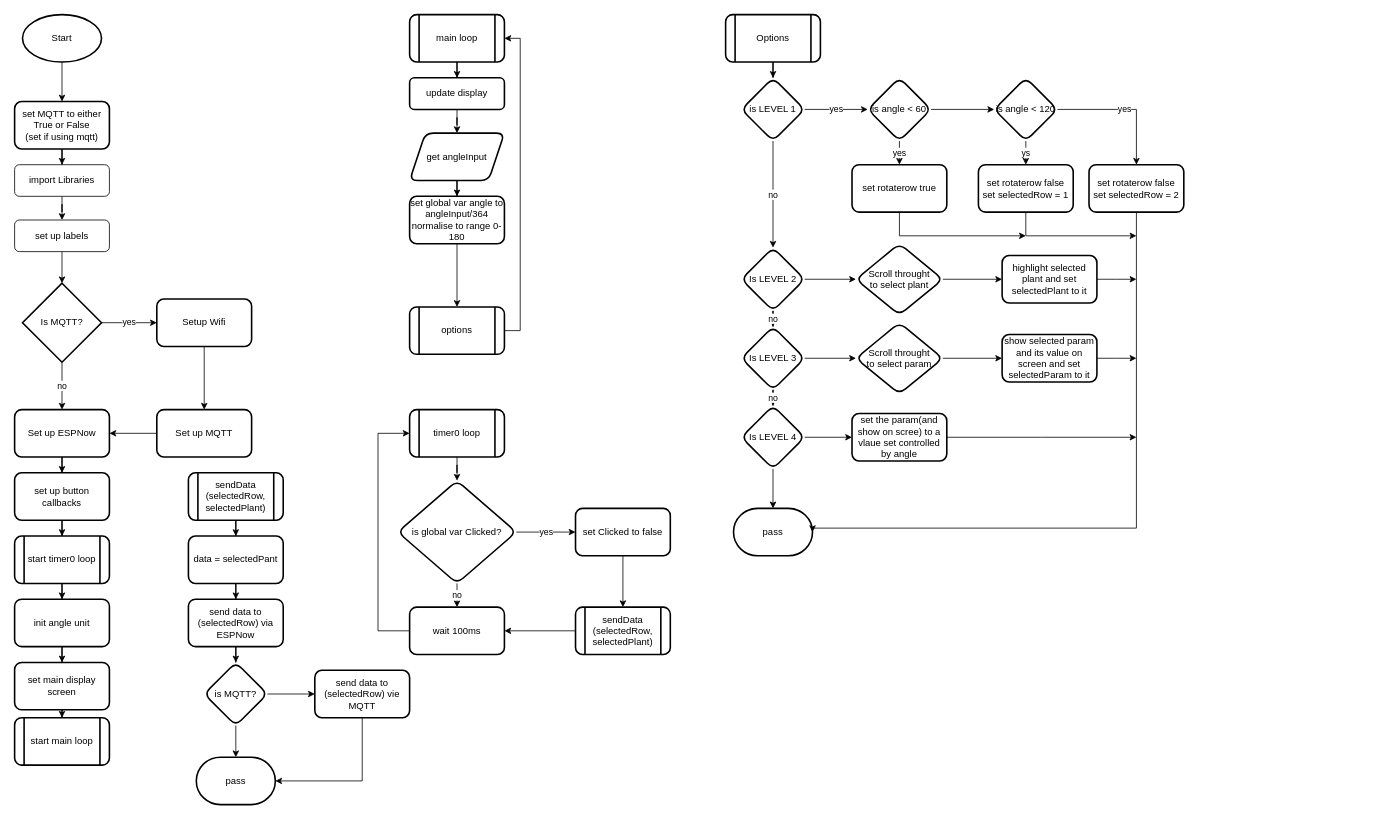
Above: flowcharts/MasterFlowChart.drawio in thisisnich/programmingProject1 (draw.io), before the change. Source tidied: cells renumbered, new cells numbered last; positions are measured from the earlier drawing's top-left corner, leaving out a move shared by most shapes. Both pictures are drawn from the tidied source at 79%, with x=0, y=0 at pixel (14, 14).
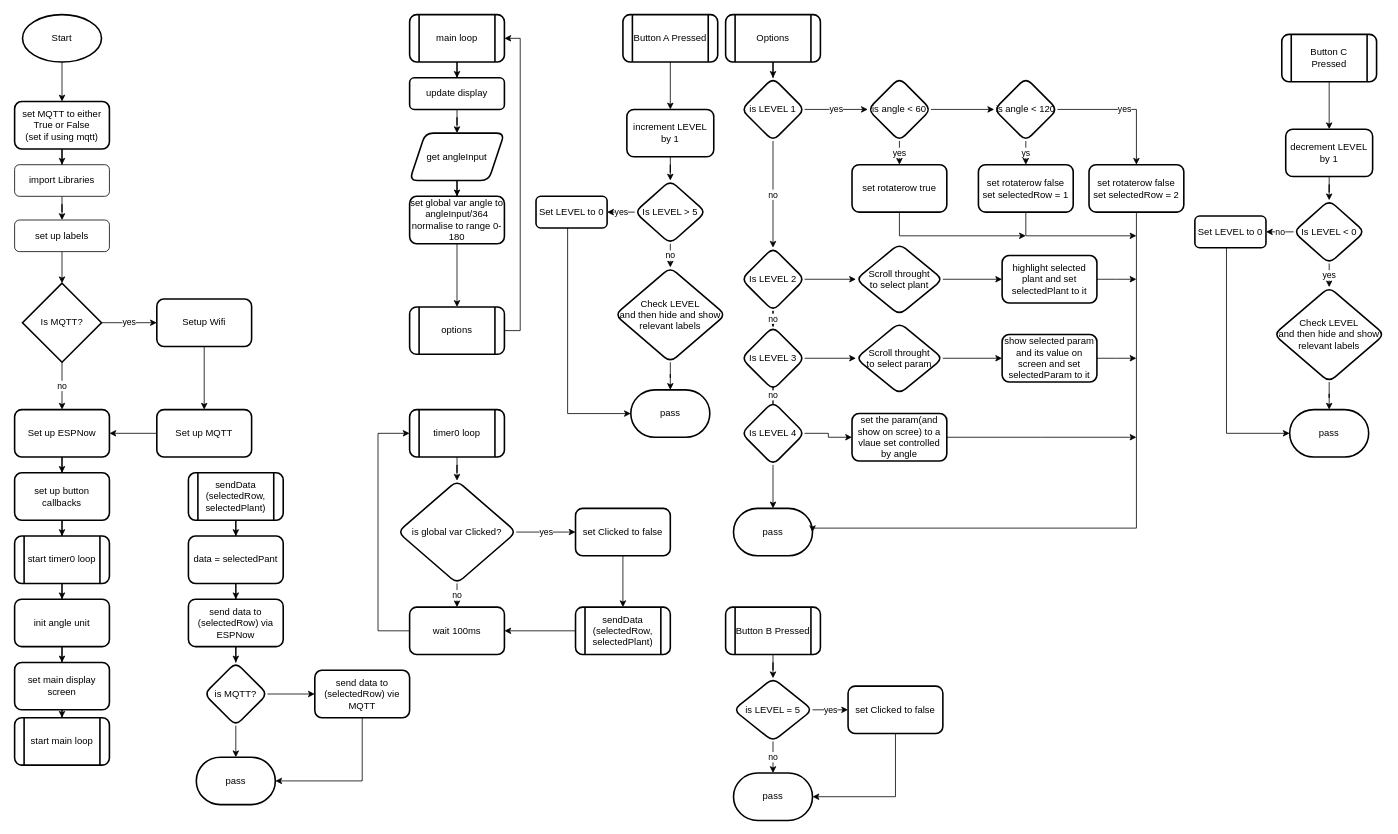
After the change.

Diff of the diagram source:
```diff
@@
     <mxCell id="74" value="Is LEVEL 4" style="rhombus;whiteSpace=wrap;html=1;rounded=1;strokeWidth=2;" parent="1" vertex="1">
-      <mxGeometry x="920" y="495" width="80" height="80" as="geometry" />
+      <mxGeometry x="920" y="490" width="80" height="80" as="geometry" />
     </mxCell>
@@
+    <mxCell id="98" style="edgeStyle=orthogonalEdgeStyle;rounded=0;jettySize=auto;html=1;" parent="1" edge="1" source="99" target="101">
+      <mxGeometry relative="1" as="geometry" />
+    </mxCell>
+    <mxCell id="99" value="Button A Pressed" style="shape=process;whiteSpace=wrap;html=1;backgroundOutline=1;rounded=1;strokeWidth=2;" parent="1" vertex="1">
+      <mxGeometry x="770" width="120" height="60" as="geometry" />
+    </mxCell>
+    <mxCell id="100" style="edgeStyle=orthogonalEdgeStyle;rounded=0;jettySize=auto;html=1;" parent="1" edge="1" source="101" target="104">
+      <mxGeometry relative="1" as="geometry" />
+    </mxCell>
+    <mxCell id="101" value="increment LEVEL by 1" style="whiteSpace=wrap;html=1;rounded=1;strokeWidth=2;" parent="1" vertex="1">
+      <mxGeometry x="775" y="120" width="110" height="60" as="geometry" />
+    </mxCell>
+    <mxCell id="102" value="yes" style="edgeStyle=orthogonalEdgeStyle;rounded=0;jettySize=auto;html=1;" parent="1" edge="1" source="104" target="105">
+      <mxGeometry relative="1" as="geometry" />
+    </mxCell>
+    <mxCell id="103" value="no" style="edgeStyle=orthogonalEdgeStyle;rounded=0;jettySize=auto;html=1;" parent="1" edge="1" source="104" target="107">
+      <mxGeometry relative="1" as="geometry" />
+    </mxCell>
+    <mxCell id="104" value="Is LEVEL &amp;gt; 5" style="rhombus;whiteSpace=wrap;html=1;rounded=1;strokeWidth=2;" parent="1" vertex="1">
+      <mxGeometry x="785" y="210" width="90" height="80" as="geometry" />
+    </mxCell>
+    <mxCell id="105" value="Set LEVEL to 0" style="whiteSpace=wrap;html=1;rounded=1;strokeWidth=2;" parent="1" vertex="1">
+      <mxGeometry x="660" y="230" width="90" height="40" as="geometry" />
+    </mxCell>
+    <mxCell id="106" style="edgeStyle=orthogonalEdgeStyle;rounded=0;jettySize=auto;html=1;" parent="1" edge="1" source="107" target="108">
+      <mxGeometry relative="1" as="geometry" />
+    </mxCell>
+    <mxCell id="107" value="&lt;div&gt;Check LEVEL&lt;/div&gt;&lt;div&gt;and then hide and show relevant labels&lt;/div&gt;" style="rhombus;whiteSpace=wrap;html=1;rounded=1;strokeWidth=2;" parent="1" vertex="1">
+      <mxGeometry x="760" y="320" width="140" height="120" as="geometry" />
+    </mxCell>
+    <mxCell id="108" value="pass" style="strokeWidth=2;html=1;shape=mxgraph.flowchart.terminator;whiteSpace=wrap;" parent="1" vertex="1">
+      <mxGeometry x="780" y="475" width="100" height="60" as="geometry" />
+    </mxCell>
+    <mxCell id="109" style="edgeStyle=orthogonalEdgeStyle;rounded=0;jettySize=auto;html=1;entryX=0;entryY=0.5;entryDx=0;entryDy=0;entryPerimeter=0;" parent="1" edge="1" source="105" target="108">
+      <mxGeometry relative="1" as="geometry">
+        <Array as="points">
+          <mxPoint x="700" y="505" />
+        </Array>
+      </mxGeometry>
+    </mxCell>
+    <mxCell id="110" style="edgeStyle=orthogonalEdgeStyle;rounded=0;jettySize=auto;html=1;" parent="1" edge="1" source="111" target="114">
+      <mxGeometry relative="1" as="geometry" />
+    </mxCell>
+    <mxCell id="111" value="Button B Pressed" style="shape=process;whiteSpace=wrap;html=1;backgroundOutline=1;rounded=1;strokeWidth=2;" parent="1" vertex="1">
+      <mxGeometry x="900" y="750" width="120" height="60" as="geometry" />
+    </mxCell>
+    <mxCell id="112" value="yes" style="edgeStyle=orthogonalEdgeStyle;rounded=0;jettySize=auto;html=1;" parent="1" edge="1" source="114" target="115">
+      <mxGeometry relative="1" as="geometry" />
+    </mxCell>
+    <mxCell id="113" value="no" style="edgeStyle=orthogonalEdgeStyle;rounded=0;jettySize=auto;html=1;" parent="1" edge="1" source="114" target="116">
+      <mxGeometry relative="1" as="geometry" />
+    </mxCell>
+    <mxCell id="114" value="is LEVEL = 5" style="rhombus;whiteSpace=wrap;html=1;rounded=1;strokeWidth=2;" parent="1" vertex="1">
+      <mxGeometry x="910" y="840" width="100" height="80" as="geometry" />
+    </mxCell>
+    <mxCell id="115" value="set Clicked to false" style="whiteSpace=wrap;html=1;rounded=1;strokeWidth=2;" parent="1" vertex="1">
+      <mxGeometry x="1055" y="850" width="120" height="60" as="geometry" />
+    </mxCell>
+    <mxCell id="116" value="pass" style="strokeWidth=2;html=1;shape=mxgraph.flowchart.terminator;whiteSpace=wrap;" parent="1" vertex="1">
+      <mxGeometry x="910" y="960" width="100" height="60" as="geometry" />
+    </mxCell>
+    <mxCell id="117" style="edgeStyle=orthogonalEdgeStyle;rounded=0;jettySize=auto;html=1;entryX=1;entryY=0.5;entryDx=0;entryDy=0;entryPerimeter=0;" parent="1" edge="1" source="115" target="116">
+      <mxGeometry relative="1" as="geometry">
+        <Array as="points">
+          <mxPoint x="1115" y="990" />
+        </Array>
+      </mxGeometry>
+    </mxCell>
+    <mxCell id="118" style="edgeStyle=orthogonalEdgeStyle;rounded=0;jettySize=auto;html=1;" parent="1" edge="1" source="119" target="121">
+      <mxGeometry relative="1" as="geometry" />
+    </mxCell>
+    <mxCell id="119" value="Button C Pressed" style="shape=process;whiteSpace=wrap;html=1;backgroundOutline=1;rounded=1;strokeWidth=2;" parent="1" vertex="1">
+      <mxGeometry x="1604" y="25" width="120" height="60" as="geometry" />
+    </mxCell>
+    <mxCell id="120" style="edgeStyle=orthogonalEdgeStyle;rounded=0;jettySize=auto;html=1;" parent="1" edge="1" source="121" target="124">
+      <mxGeometry relative="1" as="geometry" />
+    </mxCell>
+    <mxCell id="121" value="decrement LEVEL by 1" style="whiteSpace=wrap;html=1;rounded=1;strokeWidth=2;" parent="1" vertex="1">
+      <mxGeometry x="1609" y="145" width="110" height="60" as="geometry" />
+    </mxCell>
+    <mxCell id="122" value="no" style="edgeStyle=orthogonalEdgeStyle;rounded=0;jettySize=auto;html=1;" parent="1" edge="1" source="124" target="125">
+      <mxGeometry relative="1" as="geometry" />
+    </mxCell>
+    <mxCell id="123" value="yes" style="edgeStyle=orthogonalEdgeStyle;rounded=0;jettySize=auto;html=1;" parent="1" edge="1" source="124" target="127">
+      <mxGeometry relative="1" as="geometry" />
+    </mxCell>
+    <mxCell id="124" value="Is LEVEL &amp;lt; 0" style="rhombus;whiteSpace=wrap;html=1;rounded=1;strokeWidth=2;" parent="1" vertex="1">
+      <mxGeometry x="1619" y="235" width="90" height="80" as="geometry" />
+    </mxCell>
+    <mxCell id="125" value="Set LEVEL to 0" style="whiteSpace=wrap;html=1;rounded=1;strokeWidth=2;" parent="1" vertex="1">
+      <mxGeometry x="1494" y="255" width="90" height="40" as="geometry" />
+    </mxCell>
+    <mxCell id="126" style="edgeStyle=orthogonalEdgeStyle;rounded=0;jettySize=auto;html=1;" parent="1" edge="1" source="127" target="128">
+      <mxGeometry relative="1" as="geometry" />
+    </mxCell>
+    <mxCell id="127" value="&lt;div&gt;Check LEVEL&lt;/div&gt;&lt;div&gt;and then hide and show relevant labels&lt;/div&gt;" style="rhombus;whiteSpace=wrap;html=1;rounded=1;strokeWidth=2;" parent="1" vertex="1">
+      <mxGeometry x="1594" y="345" width="140" height="120" as="geometry" />
+    </mxCell>
+    <mxCell id="128" value="pass" style="strokeWidth=2;html=1;shape=mxgraph.flowchart.terminator;whiteSpace=wrap;" parent="1" vertex="1">
+      <mxGeometry x="1614" y="500" width="100" height="60" as="geometry" />
+    </mxCell>
+    <mxCell id="129" style="edgeStyle=orthogonalEdgeStyle;rounded=0;jettySize=auto;html=1;entryX=0;entryY=0.5;entryDx=0;entryDy=0;entryPerimeter=0;" parent="1" edge="1" source="125" target="128">
+      <mxGeometry relative="1" as="geometry">
+        <Array as="points">
+          <mxPoint x="1534" y="530" />
+        </Array>
+      </mxGeometry>
+    </mxCell>
```
